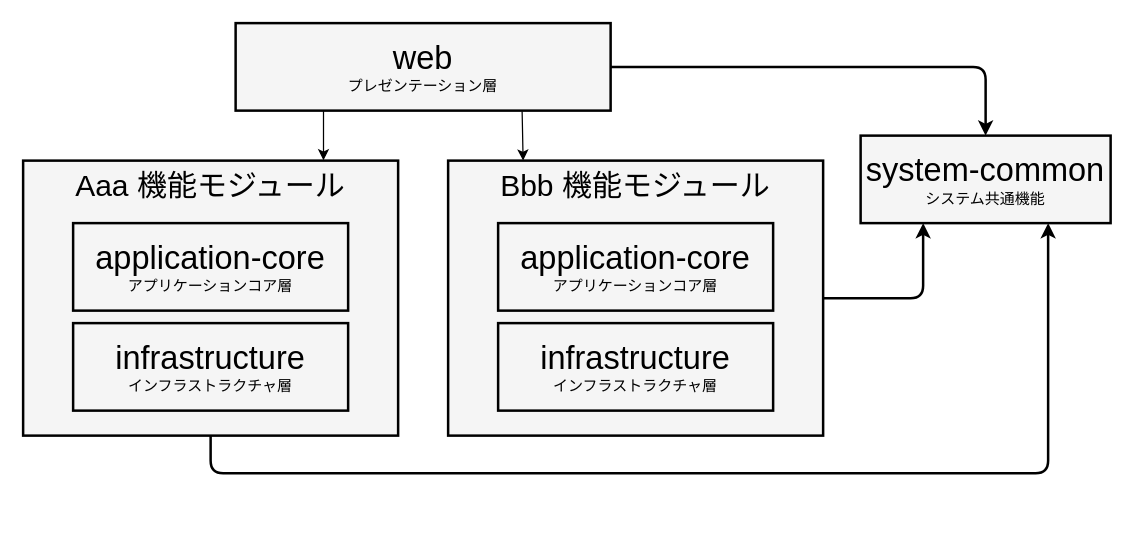
The draw.io diagram documents/_materials/images/guidebooks/how-to-develop/ssr/java/subproject-dependencies-light.drawio in AlesInfiny/maia, before the edit. Source tidied: cells renumbered, new cells numbered last; positions are measured from the earlier drawing's top-left corner, leaving out a move shared by most shapes. Both pictures are drawn from the tidied source at 125%, with x=0, y=0 at pixel (22, 22).
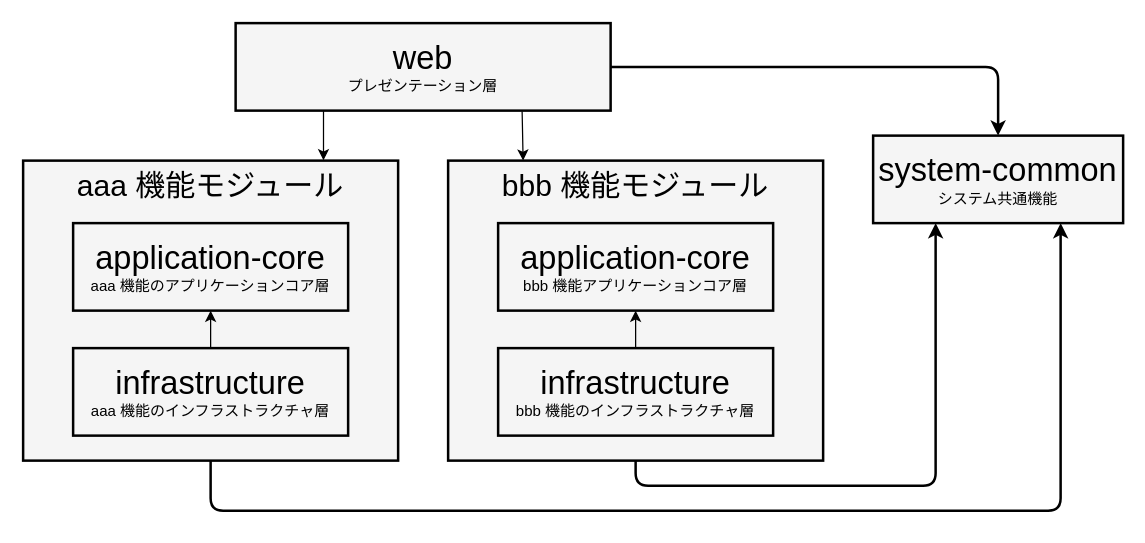
The same page after the edit.

What changed in the source:
```diff
@@
-    <mxCell id="5" value="&lt;font style=&quot;font-size: 24px;&quot;&gt;Bbb 機能モジュール&lt;/font&gt;&lt;br&gt;&lt;div&gt;&lt;font style=&quot;font-size: 24px;&quot;&gt;&lt;br&gt;&lt;/font&gt;&lt;/div&gt;" style="rounded=0;whiteSpace=wrap;html=1;fillColor=#F5F5F5;fontColor=#000000;strokeColor=#000000;strokeWidth=2;verticalAlign=top;" parent="1" vertex="1">
-      <mxGeometry x="340" y="110" width="300" height="220" as="geometry" />
+    <mxCell id="5" value="&lt;font style=&quot;font-size: 24px;&quot;&gt;bbb 機能モジュール&lt;/font&gt;&lt;br&gt;&lt;div&gt;&lt;font style=&quot;font-size: 24px;&quot;&gt;&lt;br&gt;&lt;/font&gt;&lt;/div&gt;" style="rounded=0;whiteSpace=wrap;html=1;fillColor=#F5F5F5;fontColor=#000000;strokeColor=#000000;strokeWidth=2;verticalAlign=top;" parent="1" vertex="1">
+      <mxGeometry x="340" y="110" width="300" height="240" as="geometry" />
     </mxCell>
     <mxCell id="6" value="&lt;font style=&quot;font-size: 26px;&quot;&gt;system-common&lt;/font&gt;&lt;br&gt;システム共通機能" style="rounded=0;whiteSpace=wrap;html=1;fillColor=#F5F5F5;fontColor=#000000;strokeColor=#000000;strokeWidth=2;" parent="1" vertex="1">
-      <mxGeometry x="670" y="90" width="200" height="70" as="geometry" />
+      <mxGeometry x="680" y="90" width="200" height="70" as="geometry" />
     </mxCell>
@@
-    <mxCell id="8" style="edgeStyle=orthogonalEdgeStyle;html=1;entryX=0.25;entryY=1;entryDx=0;entryDy=0;strokeWidth=2;strokeColor=#000000;fontColor=#000000;" parent="1" edge="1" source="5" target="6">
+    <mxCell id="8" style="edgeStyle=orthogonalEdgeStyle;html=1;entryX=0.25;entryY=1;entryDx=0;entryDy=0;strokeWidth=2;strokeColor=#000000;fontColor=#000000;exitX=0.5;exitY=1;exitDx=0;exitDy=0;" parent="1" edge="1" source="5" target="6">
       <mxGeometry relative="1" as="geometry">
         <Array as="points">
-          <mxPoint x="720" y="220" />
+          <mxPoint x="490" y="370" />
+          <mxPoint x="730" y="370" />
         </Array>
       </mxGeometry>
     </mxCell>
-    <mxCell id="9" value="&lt;span style=&quot;font-size: 26px;&quot;&gt;application-core&lt;/span&gt;&lt;br&gt;アプリケーションコア層" style="rounded=0;whiteSpace=wrap;html=1;fillColor=#F5F5F5;fontColor=#000000;strokeColor=#000000;strokeWidth=2;" parent="1" vertex="1">
+    <mxCell id="9" value="&lt;span style=&quot;font-size: 26px;&quot;&gt;application-core&lt;/span&gt;&lt;br&gt;bbb 機能アプリケーションコア層" style="rounded=0;whiteSpace=wrap;html=1;fillColor=#F5F5F5;fontColor=#000000;strokeColor=#000000;strokeWidth=2;" parent="1" vertex="1">
       <mxGeometry x="380" y="160" width="220" height="70" as="geometry" />
     </mxCell>
+    <mxCell id="15" style="edgeStyle=none;html=1;" parent="1" edge="1" source="10" target="9">
+      <mxGeometry relative="1" as="geometry" />
+    </mxCell>
-    <mxCell id="10" value="&lt;font style=&quot;font-size: 26px;&quot;&gt;infrastructure&lt;/font&gt;&lt;br&gt;インフラストラクチャ層" style="rounded=0;whiteSpace=wrap;html=1;fillColor=#F5F5F5;fontColor=#000000;strokeColor=#000000;strokeWidth=2;" parent="1" vertex="1">
-      <mxGeometry x="380" y="240" width="220" height="70" as="geometry" />
+    <mxCell id="10" value="&lt;font style=&quot;font-size: 26px;&quot;&gt;infrastructure&lt;/font&gt;&lt;br&gt;bbb 機能のインフラストラクチャ層" style="rounded=0;whiteSpace=wrap;html=1;fillColor=#F5F5F5;fontColor=#000000;strokeColor=#000000;strokeWidth=2;" parent="1" vertex="1">
+      <mxGeometry x="380" y="260" width="220" height="70" as="geometry" />
     </mxCell>
     <mxCell id="11" style="edgeStyle=orthogonalEdgeStyle;html=1;exitX=0.5;exitY=1;exitDx=0;exitDy=0;strokeWidth=2;entryX=0.75;entryY=1;entryDx=0;entryDy=0;" parent="1" edge="1" source="12" target="6">
       <mxGeometry relative="1" as="geometry">
         <Array as="points">
-          <mxPoint x="150" y="360" />
-          <mxPoint x="820" y="360" />
+          <mxPoint x="150" y="390" />
+          <mxPoint x="830" y="390" />
         </Array>
       </mxGeometry>
     </mxCell>
-    <mxCell id="12" value="&lt;font style=&quot;font-size: 24px;&quot;&gt;Aaa 機能モジュール&lt;/font&gt;&lt;br&gt;&lt;div&gt;&lt;font style=&quot;font-size: 24px;&quot;&gt;&lt;br&gt;&lt;/font&gt;&lt;/div&gt;" style="rounded=0;whiteSpace=wrap;html=1;fillColor=#F5F5F5;fontColor=#000000;strokeColor=#000000;strokeWidth=2;verticalAlign=top;" parent="1" vertex="1">
-      <mxGeometry y="110" width="300" height="220" as="geometry" />
+    <mxCell id="12" value="&lt;font style=&quot;font-size: 24px;&quot;&gt;aaa 機能モジュール&lt;/font&gt;&lt;br&gt;&lt;div&gt;&lt;font style=&quot;font-size: 24px;&quot;&gt;&lt;br&gt;&lt;/font&gt;&lt;/div&gt;" style="rounded=0;whiteSpace=wrap;html=1;fillColor=#F5F5F5;fontColor=#000000;strokeColor=#000000;strokeWidth=2;verticalAlign=top;" parent="1" vertex="1">
+      <mxGeometry y="110" width="300" height="240" as="geometry" />
     </mxCell>
-    <mxCell id="13" value="&lt;span style=&quot;font-size: 26px;&quot;&gt;application-core&lt;/span&gt;&lt;br&gt;アプリケーションコア層" style="rounded=0;whiteSpace=wrap;html=1;fillColor=#F5F5F5;fontColor=#000000;strokeColor=#000000;strokeWidth=2;" parent="1" vertex="1">
+    <mxCell id="13" value="&lt;span style=&quot;font-size: 26px;&quot;&gt;application-core&lt;/span&gt;&lt;br&gt;aaa 機能のアプリケーションコア層" style="rounded=0;whiteSpace=wrap;html=1;fillColor=#F5F5F5;fontColor=#000000;strokeColor=#000000;strokeWidth=2;" parent="1" vertex="1">
       <mxGeometry x="40" y="160" width="220" height="70" as="geometry" />
     </mxCell>
+    <mxCell id="16" style="edgeStyle=none;html=1;" parent="1" edge="1" source="14" target="13">
+      <mxGeometry relative="1" as="geometry" />
+    </mxCell>
-    <mxCell id="14" value="&lt;font style=&quot;font-size: 26px;&quot;&gt;infrastructure&lt;/font&gt;&lt;br&gt;インフラストラクチャ層" style="rounded=0;whiteSpace=wrap;html=1;fillColor=#F5F5F5;fontColor=#000000;strokeColor=#000000;strokeWidth=2;" parent="1" vertex="1">
-      <mxGeometry x="40" y="240" width="220" height="70" as="geometry" />
+    <mxCell id="14" value="&lt;font style=&quot;font-size: 26px;&quot;&gt;infrastructure&lt;/font&gt;&lt;br&gt;aaa 機能のインフラストラクチャ層" style="rounded=0;whiteSpace=wrap;html=1;fillColor=#F5F5F5;fontColor=#000000;strokeColor=#000000;strokeWidth=2;" parent="1" vertex="1">
+      <mxGeometry x="40" y="260" width="220" height="70" as="geometry" />
     </mxCell>
```
